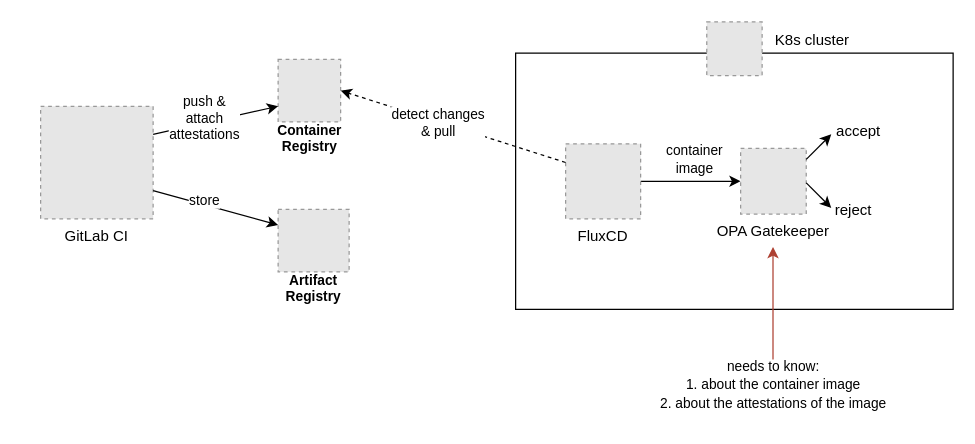
Above: assets/cicd-aeros-opa.drawio in excid-io/seccon-dev (draw.io), before the change. Source tidied: cells renumbered, new cells numbered last; positions are measured from the earlier drawing's top-left corner, leaving out a move shared by most shapes. Both pictures are drawn from the tidied source at 125%, with x=0, y=0 at pixel (40, 21). Pictures stored in the file or linked from it are replaced by grey dashed boxes.
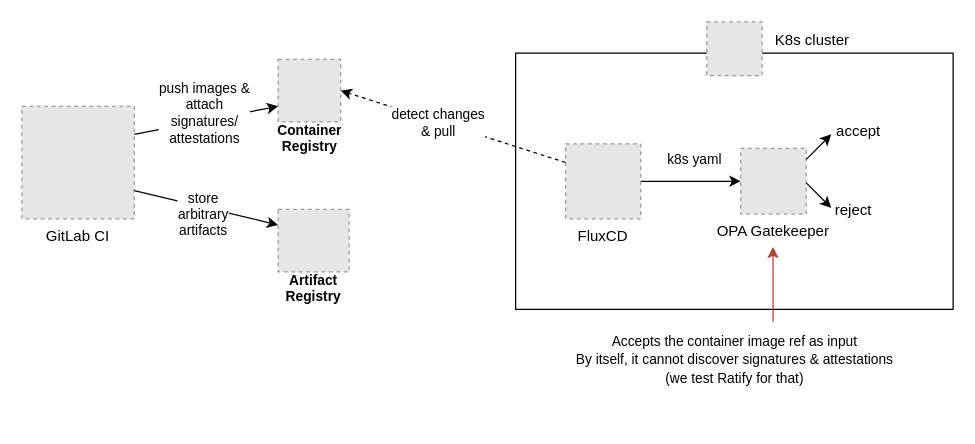
The same diagram, later.

The change refers to these unchanged cells:
```xml
<mxCell id="6" style="endArrow=classic;html=1;rounded=0;entryX=0;entryY=0.75;entryDx=0;entryDy=0;exitX=1;exitY=0.25;exitDx=0;exitDy=0;" parent="1" edge="1" source="3" target="4">
  <mxGeometry relative="1" as="geometry" />
</mxCell>
<mxCell id="8" style="endArrow=classic;html=1;rounded=0;entryX=0;entryY=0.25;entryDx=0;entryDy=0;exitX=1;exitY=0.75;exitDx=0;exitDy=0;" parent="1" edge="1" source="3" target="5">
  <mxGeometry relative="1" as="geometry" />
</mxCell>
<mxCell id="10" style="edgeStyle=orthogonalEdgeStyle;rounded=0;jettySize=auto;html=1;" parent="1" edge="1" source="12" target="17">
  <mxGeometry relative="1" as="geometry" />
</mxCell>
```

What changed in the source:
```diff
@@
     <mxCell id="3" value="GitLab CI" style="fillColor=#E6E6E6;strokeColor=#999999;dashed=1;verticalLabelPosition=bottom;labelBackgroundColor=default;verticalAlign=top;" parent="1" vertex="1">
-      <mxGeometry y="67.5" width="90" height="90" as="geometry" />
+      <mxGeometry x="-15" y="67.5" width="90" height="90" as="geometry" />
     </mxCell>
@@
-    <mxCell id="7" value="push &amp;amp;&lt;div&gt;attach&lt;/div&gt;&lt;div&gt;attestations&lt;/div&gt;" style="edgeLabel;html=1;align=center;verticalAlign=middle;" parent="6" vertex="1">
+    <mxCell id="7" value="push images &amp;amp;&lt;div&gt;attach&lt;/div&gt;&lt;div&gt;signatures/&lt;/div&gt;&lt;div&gt;attestations&lt;/div&gt;" style="edgeLabel;html=1;align=center;verticalAlign=middle;" parent="6" vertex="1">
       <mxGeometry x="-0.39" relative="1" as="geometry">
-        <mxPoint x="10" y="-7" as="offset" />
+        <mxPoint x="20" y="-11" as="offset" />
       </mxGeometry>
     </mxCell>
@@
-    <mxCell id="9" value="store" style="edgeLabel;html=1;align=center;verticalAlign=middle;" parent="8" vertex="1">
+    <mxCell id="9" value="store&lt;div&gt;arbitrary&lt;/div&gt;&lt;div&gt;artifacts&lt;/div&gt;" style="edgeLabel;html=1;align=center;verticalAlign=middle;" parent="8" vertex="1">
       <mxGeometry x="-0.49" relative="1" as="geometry">
-        <mxPoint x="15" y="1" as="offset" />
+        <mxPoint x="25" y="12" as="offset" />
       </mxGeometry>
     </mxCell>
@@
-    <mxCell id="11" value="container&lt;div&gt;image&lt;/div&gt;" style="edgeLabel;html=1;align=center;verticalAlign=middle;" parent="10" vertex="1">
+    <mxCell id="11" value="k8s yaml" style="edgeLabel;html=1;align=center;verticalAlign=middle;" parent="10" vertex="1">
       <mxGeometry x="-0.26" y="-1" relative="1" as="geometry">
         <mxPoint x="12" y="-19" as="offset" />
       </mxGeometry>
     </mxCell>
@@
     <mxCell id="22" style="endArrow=classic;html=1;rounded=0;fillColor=#fad9d5;strokeColor=#ae4132;" parent="1" edge="1">
       <mxGeometry relative="1" as="geometry">
-        <mxPoint x="585.9" y="270" as="sourcePoint" />
+        <mxPoint x="586" y="240" as="sourcePoint" />
         <mxPoint x="585.9" y="180" as="targetPoint" />
       </mxGeometry>
     </mxCell>
-    <mxCell id="23" value="&lt;font style=&quot;font-size: 11px;&quot;&gt;needs to know:&lt;/font&gt;&lt;div&gt;&lt;font style=&quot;font-size: 11px;&quot;&gt;1. about the container image&lt;/font&gt;&lt;/div&gt;&lt;div&gt;&lt;font style=&quot;font-size: 11px;&quot;&gt;2. about the attestations of the image&lt;/font&gt;&lt;/div&gt;" style="text;html=1;align=center;verticalAlign=middle;strokeColor=none;fillColor=none;" parent="1" vertex="1">
-      <mxGeometry x="486.2" y="260" width="200" height="60" as="geometry" />
+    <mxCell id="23" value="&lt;span style=&quot;font-size: 11px;&quot;&gt;Accepts the container image ref as input&lt;/span&gt;&lt;div&gt;&lt;span style=&quot;font-size: 11px;&quot;&gt;By itself, it cannot discover signatures &amp;amp; attestations&lt;/span&gt;&lt;/div&gt;&lt;div&gt;&lt;span style=&quot;font-size: 11px;&quot;&gt;(we test Ratify for that)&lt;/span&gt;&lt;/div&gt;" style="text;html=1;align=center;verticalAlign=middle;strokeColor=none;fillColor=none;" parent="1" vertex="1">
+      <mxGeometry x="415" y="240" width="280" height="60" as="geometry" />
     </mxCell>
```
